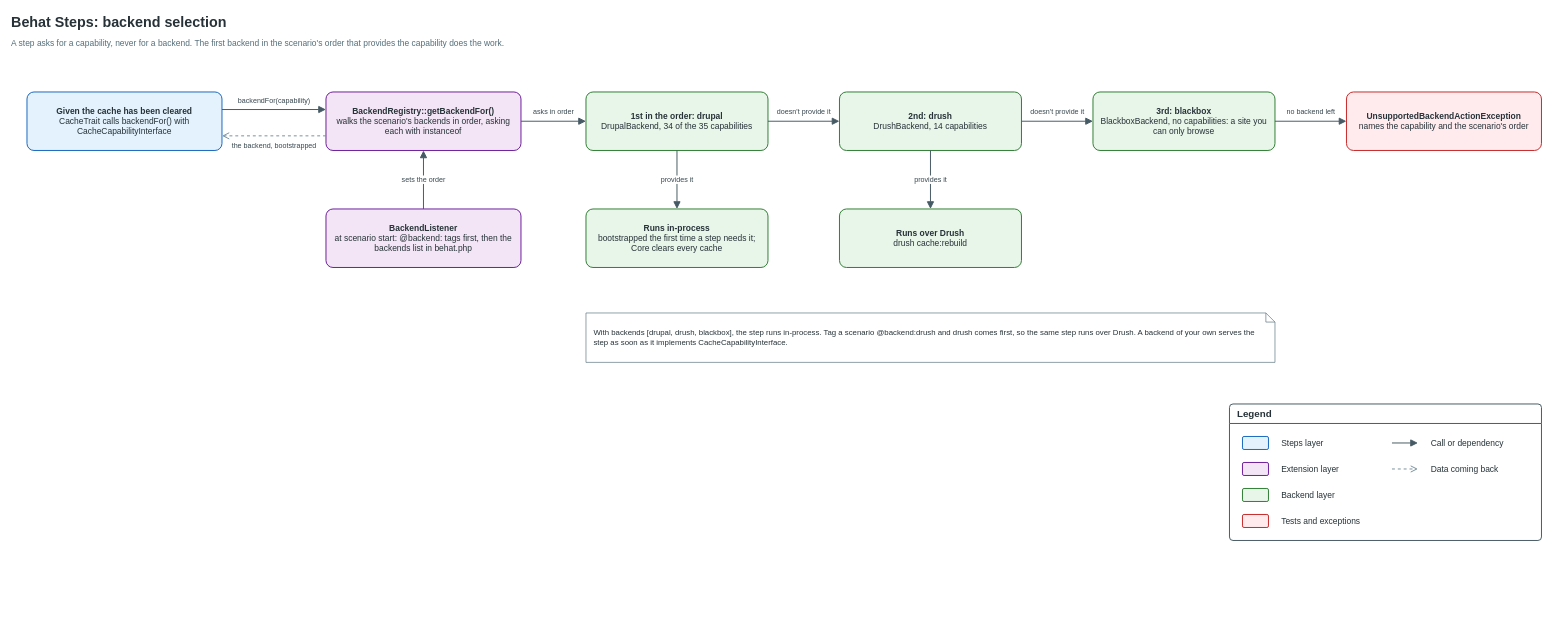
Above: docs/content/architecture/backend-selection.drawio in drevops/behat-steps (draw.io), before the change. Source tidied: cells renumbered, new cells numbered last; positions are measured from the earlier drawing's top-left corner, leaving out a move shared by most shapes. Both pictures are drawn from the tidied source at 65%, with x=0, y=0 at pixel (11, 11).
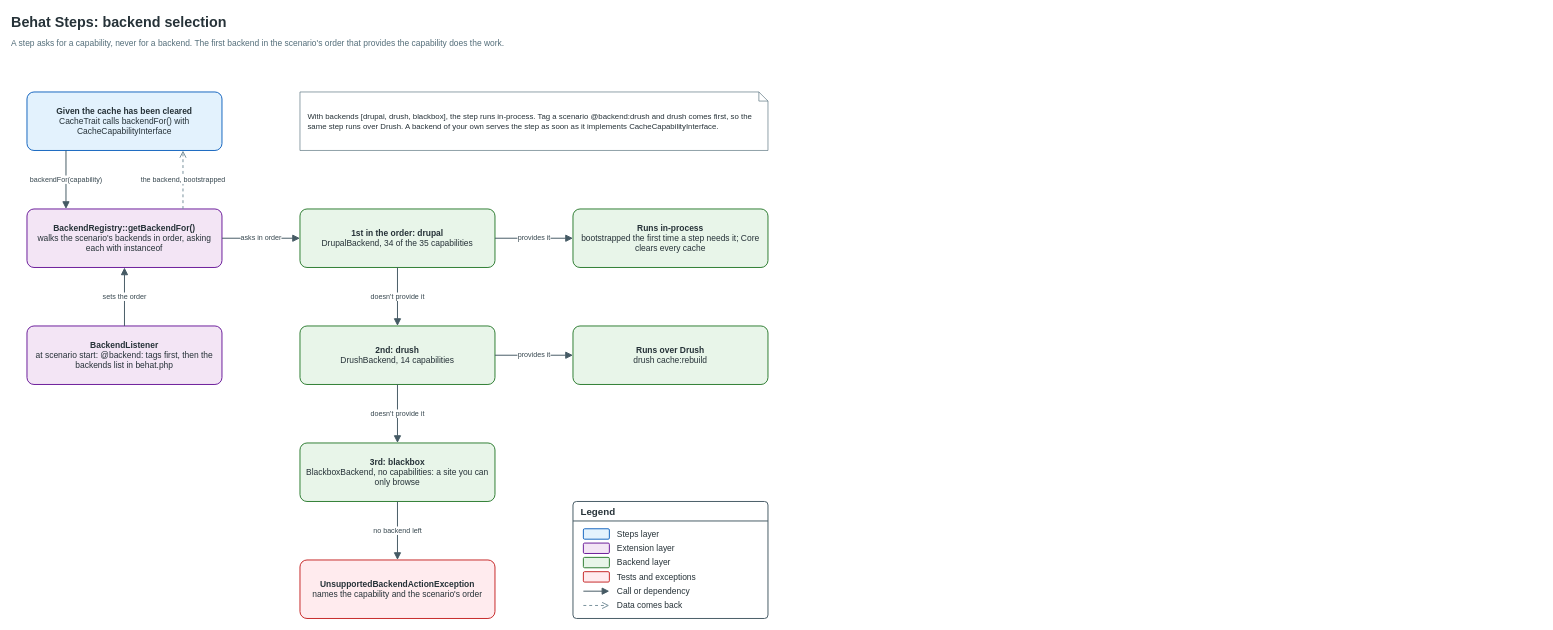
Above is the later version.

Unchanged cells that the change refers to:
```xml
<mxCell id="4" value="&lt;b&gt;Given the cache has been cleared&lt;/b&gt;&lt;br&gt;CacheTrait calls backendFor() with CacheCapabilityInterface" style="rounded=1;arcSize=12;whiteSpace=wrap;html=1;strokeWidth=1.5;fontFamily=Helvetica;fontSize=13;fontColor=#263238;spacing=8;fillColor=#E3F2FD;strokeColor=#1565C0;" parent="1" vertex="1">
  <mxGeometry x="24" y="124" width="300" height="90" as="geometry" />
</mxCell>
```

The edit, as a diff of the source:
```diff
@@
-    <mxCell id="2" value="Behat Steps: backend selection" style="text;html=1;whiteSpace=nowrap;align=left;verticalAlign=middle;spacing=0;fontFamily=Helvetica;fontColor=#263238;fontSize=22;fontStyle=1;" parent="1" vertex="1">
+    <mxCell id="2" value="Behat Steps: backend selection" style="text;html=1;whiteSpace=nowrap;align=left;verticalAlign=middle;spacing=0;fontFamily=Helvetica;strokeColor=none;fillColor=none;fontColor=#263238;fontSize=22;fontStyle=1;" parent="1" vertex="1">
       <mxGeometry width="900" height="34" as="geometry" />
     </mxCell>
-    <mxCell id="3" value="A step asks for a capability, never for a backend. The first backend in the scenario's order that provides the capability does the work." style="text;html=1;whiteSpace=nowrap;align=left;verticalAlign=middle;spacing=0;fontFamily=Helvetica;fontColor=#263238;fontSize=13;fontColor=#546E7A;" parent="1" vertex="1">
-      <mxGeometry y="38" width="1500" height="22" as="geometry" />
+    <mxCell id="3" value="A step asks for a capability, never for a backend. The first backend in the scenario's order that provides the capability does the work." style="text;html=1;whiteSpace=nowrap;align=left;verticalAlign=middle;spacing=0;fontFamily=Helvetica;strokeColor=none;fillColor=none;fontSize=13;fontColor=#546E7A;" parent="1" vertex="1">
+      <mxGeometry y="38" width="1160" height="22" as="geometry" />
     </mxCell>
@@
+    <mxCell id="13" value="With backends [drupal, drush, blackbox], the step runs in-process. Tag a scenario @backend:drush and drush comes first, so the same step runs over Drush. A backend of your own serves the step as soon as it implements CacheCapabilityInterface." style="shape=note;whiteSpace=wrap;html=1;size=14;fillColor=#FFFFFF;strokeColor=#546E7A;fontFamily=Helvetica;fontSize=12;fontColor=#263238;align=left;verticalAlign=middle;spacingLeft=10;spacingRight=10;" parent="1" vertex="1">
+      <mxGeometry x="444" y="124" width="720" height="90" as="geometry" />
+    </mxCell>
     <mxCell id="5" value="&lt;b&gt;BackendRegistry::getBackendFor()&lt;/b&gt;&lt;br&gt;walks the scenario's backends in order, asking each with instanceof" style="rounded=1;arcSize=12;whiteSpace=wrap;html=1;strokeWidth=1.5;fontFamily=Helvetica;fontSize=13;fontColor=#263238;spacing=8;fillColor=#F3E5F5;strokeColor=#6A1B9A;" parent="1" vertex="1">
-      <mxGeometry x="484" y="124" width="300" height="90" as="geometry" />
+      <mxGeometry x="24" y="304" width="300" height="90" as="geometry" />
     </mxCell>
     <mxCell id="6" value="&lt;b&gt;BackendListener&lt;/b&gt;&lt;br&gt;at scenario start: @backend: tags first, then the backends list in behat.php" style="rounded=1;arcSize=12;whiteSpace=wrap;html=1;strokeWidth=1.5;fontFamily=Helvetica;fontSize=13;fontColor=#263238;spacing=8;fillColor=#F3E5F5;strokeColor=#6A1B9A;" parent="1" vertex="1">
-      <mxGeometry x="484" y="304" width="300" height="90" as="geometry" />
+      <mxGeometry x="24" y="484" width="300" height="90" as="geometry" />
     </mxCell>
     <mxCell id="7" value="&lt;b&gt;1st in the order: drupal&lt;/b&gt;&lt;br&gt;DrupalBackend, 34 of the 35 capabilities" style="rounded=1;arcSize=12;whiteSpace=wrap;html=1;strokeWidth=1.5;fontFamily=Helvetica;fontSize=13;fontColor=#263238;spacing=8;fillColor=#E8F5E9;strokeColor=#2E7D32;" parent="1" vertex="1">
-      <mxGeometry x="884" y="124" width="280" height="90" as="geometry" />
+      <mxGeometry x="444" y="304" width="300" height="90" as="geometry" />
     </mxCell>
     <mxCell id="8" value="&lt;b&gt;2nd: drush&lt;/b&gt;&lt;br&gt;DrushBackend, 14 capabilities" style="rounded=1;arcSize=12;whiteSpace=wrap;html=1;strokeWidth=1.5;fontFamily=Helvetica;fontSize=13;fontColor=#263238;spacing=8;fillColor=#E8F5E9;strokeColor=#2E7D32;" parent="1" vertex="1">
-      <mxGeometry x="1274" y="124" width="280" height="90" as="geometry" />
+      <mxGeometry x="444" y="484" width="300" height="90" as="geometry" />
     </mxCell>
     <mxCell id="9" value="&lt;b&gt;3rd: blackbox&lt;/b&gt;&lt;br&gt;BlackboxBackend, no capabilities: a site you can only browse" style="rounded=1;arcSize=12;whiteSpace=wrap;html=1;strokeWidth=1.5;fontFamily=Helvetica;fontSize=13;fontColor=#263238;spacing=8;fillColor=#E8F5E9;strokeColor=#2E7D32;" parent="1" vertex="1">
-      <mxGeometry x="1664" y="124" width="280" height="90" as="geometry" />
+      <mxGeometry x="444" y="664" width="300" height="90" as="geometry" />
     </mxCell>
     <mxCell id="10" value="&lt;b&gt;UnsupportedBackendActionException&lt;/b&gt;&lt;br&gt;names the capability and the scenario's order" style="rounded=1;arcSize=12;whiteSpace=wrap;html=1;strokeWidth=1.5;fontFamily=Helvetica;fontSize=13;fontColor=#263238;spacing=8;fillColor=#FFEBEE;strokeColor=#C62828;" parent="1" vertex="1">
-      <mxGeometry x="2054" y="124" width="300" height="90" as="geometry" />
+      <mxGeometry x="444" y="844" width="300" height="90" as="geometry" />
     </mxCell>
     <mxCell id="11" value="&lt;b&gt;Runs in-process&lt;/b&gt;&lt;br&gt;bootstrapped the first time a step needs it; Core clears every cache" style="rounded=1;arcSize=12;whiteSpace=wrap;html=1;strokeWidth=1.5;fontFamily=Helvetica;fontSize=13;fontColor=#263238;spacing=8;fillColor=#E8F5E9;strokeColor=#2E7D32;" parent="1" vertex="1">
-      <mxGeometry x="884" y="304" width="280" height="90" as="geometry" />
+      <mxGeometry x="864" y="304" width="300" height="90" as="geometry" />
     </mxCell>
     <mxCell id="12" value="&lt;b&gt;Runs over Drush&lt;/b&gt;&lt;br&gt;drush cache:rebuild" style="rounded=1;arcSize=12;whiteSpace=wrap;html=1;strokeWidth=1.5;fontFamily=Helvetica;fontSize=13;fontColor=#263238;spacing=8;fillColor=#E8F5E9;strokeColor=#2E7D32;" parent="1" vertex="1">
-      <mxGeometry x="1274" y="304" width="280" height="90" as="geometry" />
+      <mxGeometry x="864" y="484" width="300" height="90" as="geometry" />
     </mxCell>
-    <mxCell id="13" value="With backends [drupal, drush, blackbox], the step runs in-process. Tag a scenario @backend:drush and drush comes first, so the same step runs over Drush. A backend of your own serves the step as soon as it implements CacheCapabilityInterface." style="shape=note;whiteSpace=wrap;html=1;size=14;fillColor=#FFFFFF;strokeColor=#546E7A;fontFamily=Helvetica;fontSize=12;fontColor=#263238;align=left;verticalAlign=middle;spacingLeft=10;spacingRight=10;" parent="1" vertex="1">
-      <mxGeometry x="884" y="464" width="1060" height="76" as="geometry" />
-    </mxCell>
-    <mxCell id="14" value="Legend" style="swimlane;startSize=30;rounded=1;arcSize=6;html=1;whiteSpace=wrap;fontFamily=Helvetica;fontSize=15;fontStyle=1;fontColor=#263238;align=left;spacingLeft=10;strokeWidth=1.5;fillColor=#FFFFFF;swimlaneFillColor=#FFFFFF;strokeColor=#455A64;" parent="1" vertex="1">
-      <mxGeometry x="1874" y="604" width="480" height="210" as="geometry" />
+    <mxCell id="14" value="Legend" style="swimlane;startSize=30;rounded=1;arcSize=6;html=1;whiteSpace=wrap;fontFamily=Helvetica;fontSize=15;fontStyle=1;fontColor=#263238;align=left;spacingLeft=10;strokeWidth=1.5;fillColor=#ffffff;swimlaneFillColor=#ffffff;strokeColor=#455A64;" parent="1" vertex="1">
+      <mxGeometry x="864" y="754" width="300" height="180" as="geometry" />
     </mxCell>
     <mxCell id="15" style="rounded=1;arcSize=12;html=1;fillColor=#E3F2FD;strokeColor=#1565C0;strokeWidth=1.5;" parent="14" vertex="1">
-      <mxGeometry x="20" y="50" width="40" height="20" as="geometry" />
+      <mxGeometry x="16" y="42" width="40" height="16" as="geometry" />
     </mxCell>
-    <mxCell id="16" value="Steps layer" style="text;html=1;whiteSpace=nowrap;align=left;verticalAlign=middle;spacing=0;fontFamily=Helvetica;fontColor=#263238;fontSize=13;" parent="14" vertex="1">
-      <mxGeometry x="80" y="50" width="150" height="20" as="geometry" />
+    <mxCell id="16" value="Steps layer" style="text;html=1;whiteSpace=nowrap;align=left;verticalAlign=middle;spacing=0;fontFamily=Helvetica;strokeColor=none;fillColor=none;fontColor=#263238;fontSize=13;" parent="14" vertex="1">
+      <mxGeometry x="68" y="40" width="216" height="20" as="geometry" />
     </mxCell>
     <mxCell id="17" style="rounded=1;arcSize=12;html=1;fillColor=#F3E5F5;strokeColor=#6A1B9A;strokeWidth=1.5;" parent="14" vertex="1">
-      <mxGeometry x="20" y="90" width="40" height="20" as="geometry" />
+      <mxGeometry x="16" y="64" width="40" height="16" as="geometry" />
     </mxCell>
-    <mxCell id="18" value="Extension layer" style="text;html=1;whiteSpace=nowrap;align=left;verticalAlign=middle;spacing=0;fontFamily=Helvetica;fontColor=#263238;fontSize=13;" parent="14" vertex="1">
-      <mxGeometry x="80" y="90" width="150" height="20" as="geometry" />
+    <mxCell id="18" value="Extension layer" style="text;html=1;whiteSpace=nowrap;align=left;verticalAlign=middle;spacing=0;fontFamily=Helvetica;strokeColor=none;fillColor=none;fontColor=#263238;fontSize=13;" parent="14" vertex="1">
+      <mxGeometry x="68" y="62" width="216" height="20" as="geometry" />
     </mxCell>
     <mxCell id="19" style="rounded=1;arcSize=12;html=1;fillColor=#E8F5E9;strokeColor=#2E7D32;strokeWidth=1.5;" parent="14" vertex="1">
-      <mxGeometry x="20" y="130" width="40" height="20" as="geometry" />
+      <mxGeometry x="16" y="86" width="40" height="16" as="geometry" />
     </mxCell>
-    <mxCell id="20" value="Backend layer" style="text;html=1;whiteSpace=nowrap;align=left;verticalAlign=middle;spacing=0;fontFamily=Helvetica;fontColor=#263238;fontSize=13;" parent="14" vertex="1">
-      <mxGeometry x="80" y="130" width="150" height="20" as="geometry" />
+    <mxCell id="20" value="Backend layer" style="text;html=1;whiteSpace=nowrap;align=left;verticalAlign=middle;spacing=0;fontFamily=Helvetica;strokeColor=none;fillColor=none;fontColor=#263238;fontSize=13;" parent="14" vertex="1">
+      <mxGeometry x="68" y="84" width="216" height="20" as="geometry" />
     </mxCell>
     <mxCell id="21" style="rounded=1;arcSize=12;html=1;fillColor=#FFEBEE;strokeColor=#C62828;strokeWidth=1.5;" parent="14" vertex="1">
-      <mxGeometry x="20" y="170" width="40" height="20" as="geometry" />
+      <mxGeometry x="16" y="108" width="40" height="16" as="geometry" />
     </mxCell>
-    <mxCell id="22" value="Tests and exceptions" style="text;html=1;whiteSpace=nowrap;align=left;verticalAlign=middle;spacing=0;fontFamily=Helvetica;fontColor=#263238;fontSize=13;" parent="14" vertex="1">
-      <mxGeometry x="80" y="170" width="150" height="20" as="geometry" />
+    <mxCell id="22" value="Tests and exceptions" style="text;html=1;whiteSpace=nowrap;align=left;verticalAlign=middle;spacing=0;fontFamily=Helvetica;strokeColor=none;fillColor=none;fontColor=#263238;fontSize=13;" parent="14" vertex="1">
+      <mxGeometry x="68" y="106" width="216" height="20" as="geometry" />
     </mxCell>
     <mxCell id="23" style="edgeStyle=none;html=1;strokeWidth=1.5;endSize=8;strokeColor=#455A64;endArrow=block;endFill=1;" parent="14" edge="1">
       <mxGeometry relative="1" as="geometry">
-        <mxPoint x="250" y="60" as="sourcePoint" />
-        <mxPoint x="290" y="60" as="targetPoint" />
+        <mxPoint x="16" y="138" as="sourcePoint" />
+        <mxPoint x="56" y="138" as="targetPoint" />
       </mxGeometry>
     </mxCell>
-    <mxCell id="24" value="Call or dependency" style="text;html=1;whiteSpace=nowrap;align=left;verticalAlign=middle;spacing=0;fontFamily=Helvetica;fontColor=#263238;fontSize=13;" parent="14" vertex="1">
-      <mxGeometry x="310" y="50" width="150" height="20" as="geometry" />
+    <mxCell id="24" value="Call or dependency" style="text;html=1;whiteSpace=nowrap;align=left;verticalAlign=middle;spacing=0;fontFamily=Helvetica;strokeColor=none;fillColor=none;fontColor=#263238;fontSize=13;" parent="14" vertex="1">
+      <mxGeometry x="68" y="128" width="216" height="20" as="geometry" />
     </mxCell>
     <mxCell id="25" style="edgeStyle=none;html=1;strokeWidth=1.5;endSize=8;strokeColor=#78909C;dashed=1;endArrow=open;endFill=0;" parent="14" edge="1">
       <mxGeometry relative="1" as="geometry">
-        <mxPoint x="250" y="100" as="sourcePoint" />
-        <mxPoint x="290" y="100" as="targetPoint" />
+        <mxPoint x="16" y="160" as="sourcePoint" />
+        <mxPoint x="56" y="160" as="targetPoint" />
       </mxGeometry>
     </mxCell>
-    <mxCell id="26" value="Data coming back" style="text;html=1;whiteSpace=nowrap;align=left;verticalAlign=middle;spacing=0;fontFamily=Helvetica;fontColor=#263238;fontSize=13;" parent="14" vertex="1">
-      <mxGeometry x="310" y="90" width="150" height="20" as="geometry" />
+    <mxCell id="26" value="Data comes back" style="text;html=1;whiteSpace=nowrap;align=left;verticalAlign=middle;spacing=0;fontFamily=Helvetica;strokeColor=none;fillColor=none;fontColor=#263238;fontSize=13;" parent="14" vertex="1">
+      <mxGeometry x="68" y="150" width="216" height="20" as="geometry" />
     </mxCell>
-    <mxCell id="27" value="backendFor(capability)" style="edgeStyle=orthogonalEdgeStyle;rounded=1;jettySize=auto;html=1;strokeWidth=1.5;fontFamily=Helvetica;fontSize=11;fontColor=#37474F;labelBackgroundColor=#ffffff;endSize=8;strokeColor=#455A64;endArrow=block;endFill=1;exitX=1;exitY=0.3;exitDx=0;exitDy=0;entryX=0;entryY=0.3;entryDx=0;entryDy=0;" parent="1" edge="1" source="4" target="5">
-      <mxGeometry relative="1" as="geometry">
-        <mxPoint y="-14" as="offset" />
-      </mxGeometry>
+    <mxCell id="27" value="backendFor(capability)" style="edgeStyle=orthogonalEdgeStyle;rounded=1;jettySize=auto;html=1;strokeWidth=1.5;fontFamily=Helvetica;fontSize=11;fontColor=#37474F;labelBackgroundColor=#ffffff;endSize=8;strokeColor=#455A64;endArrow=block;endFill=1;exitX=0.2;exitY=1;exitDx=0;exitDy=0;entryX=0.2;entryY=0;entryDx=0;entryDy=0;" parent="1" edge="1" source="4" target="5">
+      <mxGeometry relative="1" as="geometry" />
     </mxCell>
-    <mxCell id="28" value="the backend, bootstrapped" style="edgeStyle=orthogonalEdgeStyle;rounded=1;jettySize=auto;html=1;strokeWidth=1.5;fontFamily=Helvetica;fontSize=11;fontColor=#37474F;labelBackgroundColor=#ffffff;endSize=8;strokeColor=#78909C;dashed=1;endArrow=open;endFill=0;exitX=0;exitY=0.75;exitDx=0;exitDy=0;entryX=1;entryY=0.75;entryDx=0;entryDy=0;" parent="1" edge="1" source="5" target="4">
-      <mxGeometry relative="1" as="geometry">
-        <mxPoint y="14" as="offset" />
-      </mxGeometry>
+    <mxCell id="28" value="the backend, bootstrapped" style="edgeStyle=orthogonalEdgeStyle;rounded=1;jettySize=auto;html=1;strokeWidth=1.5;fontFamily=Helvetica;fontSize=11;fontColor=#37474F;labelBackgroundColor=#ffffff;endSize=8;strokeColor=#78909C;dashed=1;endArrow=open;endFill=0;exitX=0.8;exitY=0;exitDx=0;exitDy=0;entryX=0.8;entryY=1;entryDx=0;entryDy=0;" parent="1" edge="1" source="5" target="4">
+      <mxGeometry relative="1" as="geometry" />
     </mxCell>
+    <mxCell id="30" value="asks in order" style="edgeStyle=orthogonalEdgeStyle;rounded=1;jettySize=auto;html=1;strokeWidth=1.5;fontFamily=Helvetica;fontSize=11;fontColor=#37474F;labelBackgroundColor=#ffffff;endSize=8;strokeColor=#455A64;endArrow=block;endFill=1;exitX=1;exitY=0.5;exitDx=0;exitDy=0;entryX=0;entryY=0.5;entryDx=0;entryDy=0;" parent="1" edge="1" source="5" target="7">
+      <mxGeometry relative="1" as="geometry" />
+    </mxCell>
@@
-    <mxCell id="30" value="asks in order" style="edgeStyle=orthogonalEdgeStyle;rounded=1;jettySize=auto;html=1;strokeWidth=1.5;fontFamily=Helvetica;fontSize=11;fontColor=#37474F;labelBackgroundColor=#ffffff;endSize=8;strokeColor=#455A64;endArrow=block;endFill=1;exitX=1;exitY=0.5;exitDx=0;exitDy=0;entryX=0;entryY=0.5;entryDx=0;entryDy=0;" parent="1" edge="1" source="5" target="7">
-      <mxGeometry relative="1" as="geometry">
-        <mxPoint y="-14" as="offset" />
-      </mxGeometry>
-    </mxCell>
+    <mxCell id="34" value="provides it" style="edgeStyle=orthogonalEdgeStyle;rounded=1;jettySize=auto;html=1;strokeWidth=1.5;fontFamily=Helvetica;fontSize=11;fontColor=#37474F;labelBackgroundColor=#ffffff;endSize=8;strokeColor=#455A64;endArrow=block;endFill=1;exitX=1;exitY=0.5;exitDx=0;exitDy=0;entryX=0;entryY=0.5;entryDx=0;entryDy=0;" parent="1" edge="1" source="7" target="11">
+      <mxGeometry relative="1" as="geometry" />
+    </mxCell>
-    <mxCell id="31" value="doesn't provide it" style="edgeStyle=orthogonalEdgeStyle;rounded=1;jettySize=auto;html=1;strokeWidth=1.5;fontFamily=Helvetica;fontSize=11;fontColor=#37474F;labelBackgroundColor=#ffffff;endSize=8;strokeColor=#455A64;endArrow=block;endFill=1;exitX=1;exitY=0.5;exitDx=0;exitDy=0;entryX=0;entryY=0.5;entryDx=0;entryDy=0;" parent="1" edge="1" source="7" target="8">
-      <mxGeometry relative="1" as="geometry">
-        <mxPoint y="-14" as="offset" />
-      </mxGeometry>
+    <mxCell id="31" value="doesn't provide it" style="edgeStyle=orthogonalEdgeStyle;rounded=1;jettySize=auto;html=1;strokeWidth=1.5;fontFamily=Helvetica;fontSize=11;fontColor=#37474F;labelBackgroundColor=#ffffff;endSize=8;strokeColor=#455A64;endArrow=block;endFill=1;exitX=0.5;exitY=1;exitDx=0;exitDy=0;entryX=0.5;entryY=0;entryDx=0;entryDy=0;" parent="1" edge="1" source="7" target="8">
+      <mxGeometry relative="1" as="geometry" />
     </mxCell>
+    <mxCell id="35" value="provides it" style="edgeStyle=orthogonalEdgeStyle;rounded=1;jettySize=auto;html=1;strokeWidth=1.5;fontFamily=Helvetica;fontSize=11;fontColor=#37474F;labelBackgroundColor=#ffffff;endSize=8;strokeColor=#455A64;endArrow=block;endFill=1;exitX=1;exitY=0.5;exitDx=0;exitDy=0;entryX=0;entryY=0.5;entryDx=0;entryDy=0;" parent="1" edge="1" source="8" target="12">
+      <mxGeometry relative="1" as="geometry" />
+    </mxCell>
-    <mxCell id="32" value="doesn't provide it" style="edgeStyle=orthogonalEdgeStyle;rounded=1;jettySize=auto;html=1;strokeWidth=1.5;fontFamily=Helvetica;fontSize=11;fontColor=#37474F;labelBackgroundColor=#ffffff;endSize=8;strokeColor=#455A64;endArrow=block;endFill=1;exitX=1;exitY=0.5;exitDx=0;exitDy=0;entryX=0;entryY=0.5;entryDx=0;entryDy=0;" parent="1" edge="1" source="8" target="9">
-      <mxGeometry relative="1" as="geometry">
-        <mxPoint y="-14" as="offset" />
-      </mxGeometry>
+    <mxCell id="32" value="doesn't provide it" style="edgeStyle=orthogonalEdgeStyle;rounded=1;jettySize=auto;html=1;strokeWidth=1.5;fontFamily=Helvetica;fontSize=11;fontColor=#37474F;labelBackgroundColor=#ffffff;endSize=8;strokeColor=#455A64;endArrow=block;endFill=1;exitX=0.5;exitY=1;exitDx=0;exitDy=0;entryX=0.5;entryY=0;entryDx=0;entryDy=0;" parent="1" edge="1" source="8" target="9">
+      <mxGeometry relative="1" as="geometry" />
     </mxCell>
-    <mxCell id="33" value="no backend left" style="edgeStyle=orthogonalEdgeStyle;rounded=1;jettySize=auto;html=1;strokeWidth=1.5;fontFamily=Helvetica;fontSize=11;fontColor=#37474F;labelBackgroundColor=#ffffff;endSize=8;strokeColor=#455A64;endArrow=block;endFill=1;exitX=1;exitY=0.5;exitDx=0;exitDy=0;entryX=0;entryY=0.5;entryDx=0;entryDy=0;" parent="1" edge="1" source="9" target="10">
-      <mxGeometry relative="1" as="geometry">
-        <mxPoint y="-14" as="offset" />
-      </mxGeometry>
+    <mxCell id="33" value="no backend left" style="edgeStyle=orthogonalEdgeStyle;rounded=1;jettySize=auto;html=1;strokeWidth=1.5;fontFamily=Helvetica;fontSize=11;fontColor=#37474F;labelBackgroundColor=#ffffff;endSize=8;strokeColor=#455A64;endArrow=block;endFill=1;exitX=0.5;exitY=1;exitDx=0;exitDy=0;entryX=0.5;entryY=0;entryDx=0;entryDy=0;" parent="1" edge="1" source="9" target="10">
+      <mxGeometry relative="1" as="geometry" />
     </mxCell>
-    <mxCell id="34" value="provides it" style="edgeStyle=orthogonalEdgeStyle;rounded=1;jettySize=auto;html=1;strokeWidth=1.5;fontFamily=Helvetica;fontSize=11;fontColor=#37474F;labelBackgroundColor=#ffffff;endSize=8;strokeColor=#455A64;endArrow=block;endFill=1;exitX=0.5;exitY=1;exitDx=0;exitDy=0;entryX=0.5;entryY=0;entryDx=0;entryDy=0;" parent="1" edge="1" source="7" target="11">
-      <mxGeometry relative="1" as="geometry" />
-    </mxCell>
-    <mxCell id="35" value="provides it" style="edgeStyle=orthogonalEdgeStyle;rounded=1;jettySize=auto;html=1;strokeWidth=1.5;fontFamily=Helvetica;fontSize=11;fontColor=#37474F;labelBackgroundColor=#ffffff;endSize=8;strokeColor=#455A64;endArrow=block;endFill=1;exitX=0.5;exitY=1;exitDx=0;exitDy=0;entryX=0.5;entryY=0;entryDx=0;entryDy=0;" parent="1" edge="1" source="8" target="12">
-      <mxGeometry relative="1" as="geometry" />
-    </mxCell>
```
